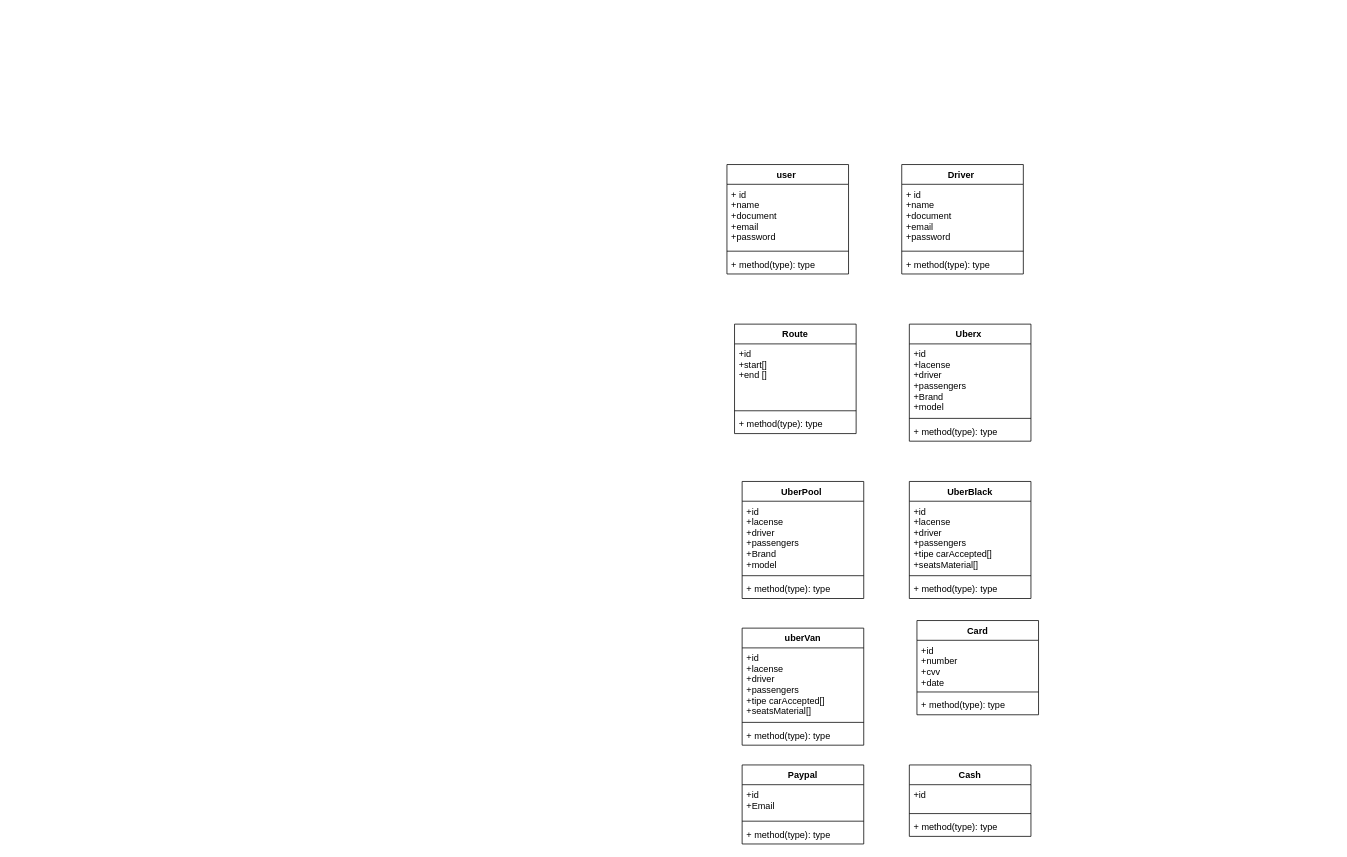
The draw.io diagram uber.drawio in CristianCont/Curso-poo-, before the edit. Source tidied: cells renumbered, new cells numbered last; positions are measured from the earlier drawing's top-left corner, leaving out a move shared by most shapes. Both pictures are drawn from the tidied source at 76%, with x=0, y=0 at pixel (727, 164).
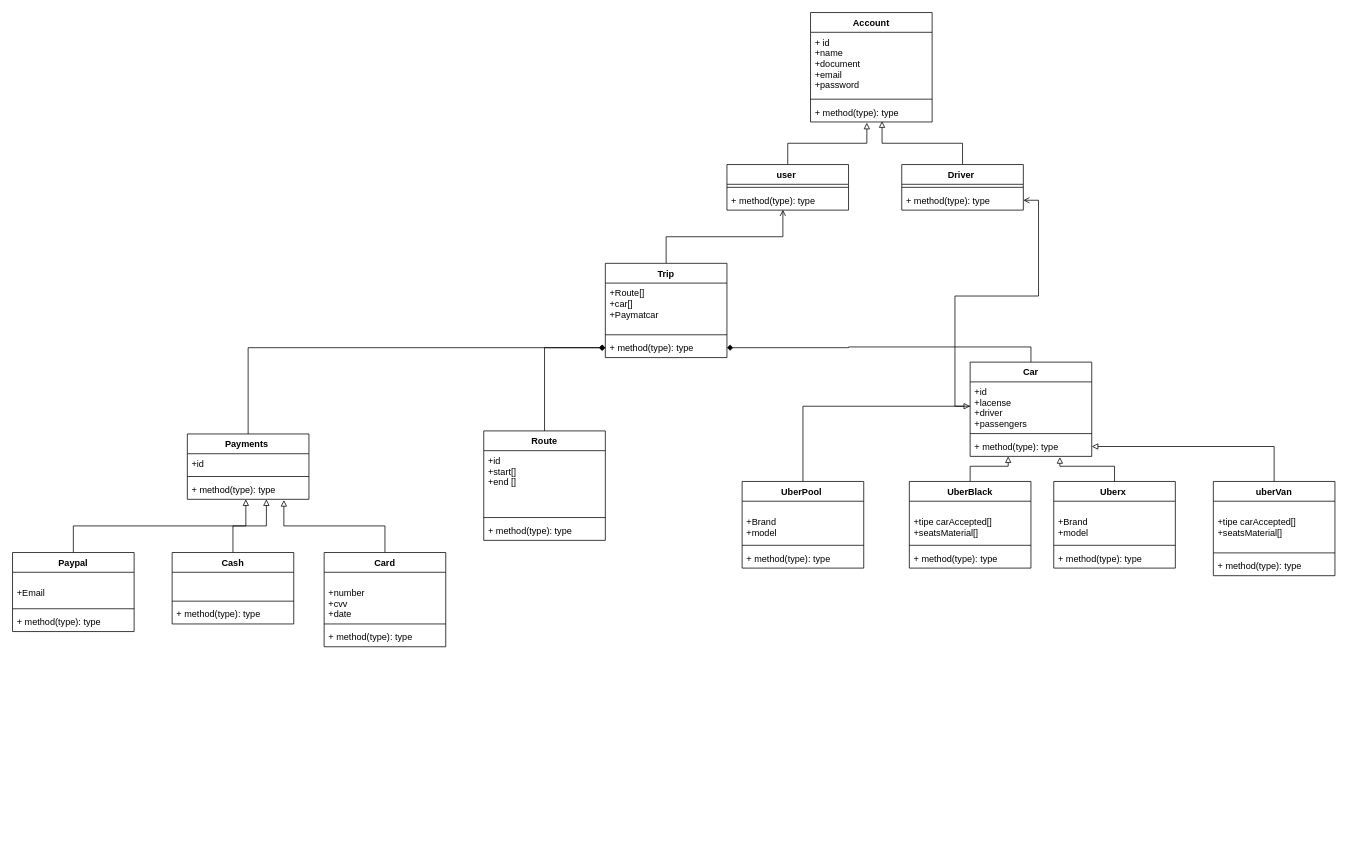
Above is the later version.

Commit message:
Agrega diagrama uml con relacion de herencia

Change to the diagram source:
```diff
@@
+    <mxCell id="42" style="edgeStyle=orthogonalEdgeStyle;rounded=0;jettySize=auto;html=1;exitX=0.5;exitY=0;exitDx=0;exitDy=0;entryX=0.463;entryY=1.038;entryDx=0;entryDy=0;entryPerimeter=0;endArrow=block;endFill=0;" parent="1" edge="1" source="2" target="55">
+      <mxGeometry relative="1" as="geometry" />
+    </mxCell>
     <mxCell id="2" value="user " style="swimlane;fontStyle=1;align=center;verticalAlign=top;horizontal=1;startSize=26;" parent="1" vertex="1">
-      <mxGeometry width="160" height="144" as="geometry" />
+      <mxGeometry width="160" height="60" as="geometry" />
     </mxCell>
-    <mxCell id="3" value="+ id &#10;+name &#10;+document&#10;+email&#10;+password &#10;" style="text;strokeColor=none;fillColor=none;align=left;verticalAlign=top;spacingLeft=4;spacingRight=4;overflow=hidden;" parent="2" vertex="1">
-      <mxGeometry y="26" width="160" height="84" as="geometry" />
-    </mxCell>
     <mxCell id="4" style="line;strokeWidth=1;fillColor=none;align=left;verticalAlign=middle;spacingTop=-1;spacingLeft=3;spacingRight=3;labelPosition=right;" parent="2" vertex="1">
-      <mxGeometry y="110" width="160" height="8" as="geometry" />
+      <mxGeometry y="26" width="160" height="8" as="geometry" />
     </mxCell>
     <mxCell id="5" value="+ method(type): type" style="text;strokeColor=none;fillColor=none;align=left;verticalAlign=top;spacingLeft=4;spacingRight=4;overflow=hidden;points=[[0,0.5],[1,0.5]];portConstraint=eastwest;" parent="2" vertex="1">
-      <mxGeometry y="118" width="160" height="26" as="geometry" />
+      <mxGeometry y="34" width="160" height="26" as="geometry" />
     </mxCell>
+    <mxCell id="43" style="edgeStyle=orthogonalEdgeStyle;rounded=0;jettySize=auto;html=1;entryX=0.588;entryY=0.962;entryDx=0;entryDy=0;entryPerimeter=0;endArrow=block;endFill=0;" parent="1" edge="1" source="6" target="55">
+      <mxGeometry relative="1" as="geometry" />
+    </mxCell>
     <mxCell id="6" value="Driver " style="swimlane;fontStyle=1;align=center;verticalAlign=top;horizontal=1;startSize=26;" parent="1" vertex="1">
-      <mxGeometry x="230" width="160" height="144" as="geometry" />
+      <mxGeometry x="230" width="160" height="60" as="geometry" />
     </mxCell>
-    <mxCell id="7" value="+ id &#10;+name &#10;+document&#10;+email&#10;+password &#10;" style="text;strokeColor=none;fillColor=none;align=left;verticalAlign=top;spacingLeft=4;spacingRight=4;overflow=hidden;" parent="6" vertex="1">
-      <mxGeometry y="26" width="160" height="84" as="geometry" />
-    </mxCell>
     <mxCell id="8" style="line;strokeWidth=1;fillColor=none;align=left;verticalAlign=middle;spacingTop=-1;spacingLeft=3;spacingRight=3;labelPosition=right;" parent="6" vertex="1">
-      <mxGeometry y="110" width="160" height="8" as="geometry" />
+      <mxGeometry y="26" width="160" height="8" as="geometry" />
     </mxCell>
     <mxCell id="9" value="+ method(type): type" style="text;strokeColor=none;fillColor=none;align=left;verticalAlign=top;spacingLeft=4;spacingRight=4;overflow=hidden;points=[[0,0.5],[1,0.5]];portConstraint=eastwest;" parent="6" vertex="1">
-      <mxGeometry y="118" width="160" height="26" as="geometry" />
+      <mxGeometry y="34" width="160" height="26" as="geometry" />
     </mxCell>
+    <mxCell id="44" style="edgeStyle=orthogonalEdgeStyle;rounded=0;jettySize=auto;html=1;endArrow=diamond;endFill=1;" parent="1" edge="1" source="10" target="70">
+      <mxGeometry relative="1" as="geometry" />
+    </mxCell>
     <mxCell id="10" value="Route" style="swimlane;fontStyle=1;align=center;verticalAlign=top;horizontal=1;startSize=26;" parent="1" vertex="1">
-      <mxGeometry x="10" y="210" width="160" height="144" as="geometry" />
+      <mxGeometry x="-320" y="350.5" width="160" height="144" as="geometry" />
     </mxCell>
@@
+    <mxCell id="45" style="edgeStyle=orthogonalEdgeStyle;rounded=0;jettySize=auto;html=1;entryX=0.738;entryY=1.038;entryDx=0;entryDy=0;entryPerimeter=0;endArrow=block;endFill=0;" parent="1" edge="1" source="14" target="65">
+      <mxGeometry relative="1" as="geometry" />
+    </mxCell>
     <mxCell id="14" value="Uberx " style="swimlane;fontStyle=1;align=center;verticalAlign=top;horizontal=1;startSize=26;" parent="1" vertex="1">
-      <mxGeometry x="240" y="210" width="160" height="154" as="geometry" />
+      <mxGeometry x="430" y="417" width="160" height="114" as="geometry" />
     </mxCell>
-    <mxCell id="15" value="+id &#10;+lacense&#10;+driver &#10;+passengers&#10;+Brand&#10;+model" style="text;strokeColor=none;fillColor=none;align=left;verticalAlign=top;spacingLeft=4;spacingRight=4;overflow=hidden;" parent="14" vertex="1">
-      <mxGeometry y="26" width="160" height="94" as="geometry" />
+    <mxCell id="15" value="&#10;+Brand&#10;+model" style="text;strokeColor=none;fillColor=none;align=left;verticalAlign=top;spacingLeft=4;spacingRight=4;overflow=hidden;" parent="14" vertex="1">
+      <mxGeometry y="26" width="160" height="54" as="geometry" />
     </mxCell>
     <mxCell id="16" style="line;strokeWidth=1;fillColor=none;align=left;verticalAlign=middle;spacingTop=-1;spacingLeft=3;spacingRight=3;labelPosition=right;" parent="14" vertex="1">
-      <mxGeometry y="120" width="160" height="8" as="geometry" />
+      <mxGeometry y="80" width="160" height="8" as="geometry" />
     </mxCell>
     <mxCell id="17" value="+ method(type): type" style="text;strokeColor=none;fillColor=none;align=left;verticalAlign=top;spacingLeft=4;spacingRight=4;overflow=hidden;" parent="14" vertex="1">
-      <mxGeometry y="128" width="160" height="26" as="geometry" />
+      <mxGeometry y="88" width="160" height="26" as="geometry" />
     </mxCell>
+    <mxCell id="46" style="edgeStyle=orthogonalEdgeStyle;rounded=0;jettySize=auto;html=1;entryX=0;entryY=0.5;entryDx=0;entryDy=0;endArrow=block;endFill=0;" parent="1" edge="1" source="18" target="63">
+      <mxGeometry relative="1" as="geometry" />
+    </mxCell>
     <mxCell id="18" value="UberPool " style="swimlane;fontStyle=1;align=center;verticalAlign=top;horizontal=1;startSize=26;" parent="1" vertex="1">
-      <mxGeometry x="20" y="417" width="160" height="154" as="geometry" />
+      <mxGeometry x="20" y="417" width="160" height="114" as="geometry" />
     </mxCell>
-    <mxCell id="19" value="+id &#10;+lacense&#10;+driver &#10;+passengers&#10;+Brand&#10;+model" style="text;strokeColor=none;fillColor=none;align=left;verticalAlign=top;spacingLeft=4;spacingRight=4;overflow=hidden;" parent="18" vertex="1">
-      <mxGeometry y="26" width="160" height="94" as="geometry" />
+    <mxCell id="19" value="&#10;+Brand&#10;+model" style="text;strokeColor=none;fillColor=none;align=left;verticalAlign=top;spacingLeft=4;spacingRight=4;overflow=hidden;" parent="18" vertex="1">
+      <mxGeometry y="26" width="160" height="54" as="geometry" />
     </mxCell>
     <mxCell id="20" style="line;strokeWidth=1;fillColor=none;align=left;verticalAlign=middle;spacingTop=-1;spacingLeft=3;spacingRight=3;labelPosition=right;" parent="18" vertex="1">
-      <mxGeometry y="120" width="160" height="8" as="geometry" />
+      <mxGeometry y="80" width="160" height="8" as="geometry" />
     </mxCell>
     <mxCell id="21" value="+ method(type): type" style="text;strokeColor=none;fillColor=none;align=left;verticalAlign=top;spacingLeft=4;spacingRight=4;overflow=hidden;" parent="18" vertex="1">
-      <mxGeometry y="128" width="160" height="26" as="geometry" />
+      <mxGeometry y="88" width="160" height="26" as="geometry" />
     </mxCell>
+    <mxCell id="47" style="edgeStyle=orthogonalEdgeStyle;rounded=0;jettySize=auto;html=1;entryX=0.313;entryY=1;entryDx=0;entryDy=0;entryPerimeter=0;endArrow=block;endFill=0;" parent="1" edge="1" source="22" target="65">
+      <mxGeometry relative="1" as="geometry" />
+    </mxCell>
     <mxCell id="22" value="UberBlack" style="swimlane;fontStyle=1;align=center;verticalAlign=top;horizontal=1;startSize=26;" parent="1" vertex="1">
-      <mxGeometry x="240" y="417" width="160" height="154" as="geometry" />
+      <mxGeometry x="240" y="417" width="160" height="114" as="geometry" />
     </mxCell>
-    <mxCell id="23" value="+id &#10;+lacense&#10;+driver &#10;+passengers&#10;+tipe carAccepted[]&#10;+seatsMaterial[]&#10;" style="text;strokeColor=none;fillColor=none;align=left;verticalAlign=top;spacingLeft=4;spacingRight=4;overflow=hidden;" parent="22" vertex="1">
-      <mxGeometry y="26" width="160" height="94" as="geometry" />
+    <mxCell id="23" value="&#10;+tipe carAccepted[]&#10;+seatsMaterial[]&#10;" style="text;strokeColor=none;fillColor=none;align=left;verticalAlign=top;spacingLeft=4;spacingRight=4;overflow=hidden;" parent="22" vertex="1">
+      <mxGeometry y="26" width="160" height="54" as="geometry" />
     </mxCell>
     <mxCell id="24" style="line;strokeWidth=1;fillColor=none;align=left;verticalAlign=middle;spacingTop=-1;spacingLeft=3;spacingRight=3;labelPosition=right;" parent="22" vertex="1">
-      <mxGeometry y="120" width="160" height="8" as="geometry" />
+      <mxGeometry y="80" width="160" height="8" as="geometry" />
     </mxCell>
     <mxCell id="25" value="+ method(type): type" style="text;strokeColor=none;fillColor=none;align=left;verticalAlign=top;spacingLeft=4;spacingRight=4;overflow=hidden;" parent="22" vertex="1">
-      <mxGeometry y="128" width="160" height="26" as="geometry" />
+      <mxGeometry y="88" width="160" height="26" as="geometry" />
     </mxCell>
+    <mxCell id="48" style="edgeStyle=orthogonalEdgeStyle;rounded=0;jettySize=auto;html=1;entryX=1;entryY=0.5;entryDx=0;entryDy=0;endArrow=block;endFill=0;" parent="1" edge="1" source="26" target="65">
+      <mxGeometry relative="1" as="geometry" />
+    </mxCell>
     <mxCell id="26" value="uberVan" style="swimlane;fontStyle=1;align=center;verticalAlign=top;horizontal=1;startSize=26;" parent="1" vertex="1">
-      <mxGeometry x="20" y="610" width="160" height="154" as="geometry" />
+      <mxGeometry x="640" y="417" width="160" height="124" as="geometry" />
     </mxCell>
-    <mxCell id="27" value="+id&#10;+lacense&#10;+driver&#10;+passengers&#10;+tipe carAccepted[]&#10;+seatsMaterial[]" style="text;strokeColor=none;fillColor=none;align=left;verticalAlign=top;spacingLeft=4;spacingRight=4;overflow=hidden;" parent="26" vertex="1">
-      <mxGeometry y="26" width="160" height="94" as="geometry" />
+    <mxCell id="27" value="&#10;+tipe carAccepted[]&#10;+seatsMaterial[]" style="text;strokeColor=none;fillColor=none;align=left;verticalAlign=top;spacingLeft=4;spacingRight=4;overflow=hidden;" parent="26" vertex="1">
+      <mxGeometry y="26" width="160" height="64" as="geometry" />
     </mxCell>
     <mxCell id="28" style="line;strokeWidth=1;fillColor=none;align=left;verticalAlign=middle;spacingTop=-1;spacingLeft=3;spacingRight=3;labelPosition=right;" parent="26" vertex="1">
-      <mxGeometry y="120" width="160" height="8" as="geometry" />
+      <mxGeometry y="90" width="160" height="8" as="geometry" />
     </mxCell>
     <mxCell id="29" value="+ method(type): type" style="text;strokeColor=none;fillColor=none;align=left;verticalAlign=top;spacingLeft=4;spacingRight=4;overflow=hidden;" parent="26" vertex="1">
-      <mxGeometry y="128" width="160" height="26" as="geometry" />
+      <mxGeometry y="98" width="160" height="26" as="geometry" />
     </mxCell>
+    <mxCell id="49" style="edgeStyle=orthogonalEdgeStyle;rounded=0;jettySize=auto;html=1;entryX=0.794;entryY=1.038;entryDx=0;entryDy=0;entryPerimeter=0;endArrow=block;endFill=0;" parent="1" edge="1" source="30" target="60">
+      <mxGeometry relative="1" as="geometry" />
+    </mxCell>
     <mxCell id="30" value="Card" style="swimlane;fontStyle=1;align=center;verticalAlign=top;horizontal=1;startSize=26;" parent="1" vertex="1">
-      <mxGeometry x="250" y="600" width="160" height="124" as="geometry" />
+      <mxGeometry x="-530" y="510.5" width="160" height="124" as="geometry" />
     </mxCell>
-    <mxCell id="31" value="+id&#10;+number &#10;+cvv&#10;+date" style="text;strokeColor=none;fillColor=none;align=left;verticalAlign=top;spacingLeft=4;spacingRight=4;overflow=hidden;" parent="30" vertex="1">
+    <mxCell id="31" value="&#10;+number &#10;+cvv&#10;+date" style="text;strokeColor=none;fillColor=none;align=left;verticalAlign=top;spacingLeft=4;spacingRight=4;overflow=hidden;" parent="30" vertex="1">
       <mxGeometry y="26" width="160" height="64" as="geometry" />
     </mxCell>
@@
+    <mxCell id="50" style="edgeStyle=orthogonalEdgeStyle;rounded=0;jettySize=auto;html=1;exitX=0.5;exitY=0;exitDx=0;exitDy=0;entryX=0.481;entryY=1;entryDx=0;entryDy=0;entryPerimeter=0;endArrow=block;endFill=0;" parent="1" edge="1" source="34" target="60">
+      <mxGeometry relative="1" as="geometry" />
+    </mxCell>
     <mxCell id="34" value="Paypal" style="swimlane;fontStyle=1;align=center;verticalAlign=top;horizontal=1;startSize=26;" parent="1" vertex="1">
-      <mxGeometry x="20" y="790" width="160" height="104" as="geometry" />
+      <mxGeometry x="-940" y="510.5" width="160" height="104" as="geometry" />
     </mxCell>
-    <mxCell id="35" value="+id&#10;+Email&#10;" style="text;strokeColor=none;fillColor=none;align=left;verticalAlign=top;spacingLeft=4;spacingRight=4;overflow=hidden;" parent="34" vertex="1">
+    <mxCell id="35" value="&#10;+Email&#10;" style="text;strokeColor=none;fillColor=none;align=left;verticalAlign=top;spacingLeft=4;spacingRight=4;overflow=hidden;" parent="34" vertex="1">
       <mxGeometry y="26" width="160" height="44" as="geometry" />
     </mxCell>
@@
+    <mxCell id="51" style="edgeStyle=orthogonalEdgeStyle;rounded=0;jettySize=auto;html=1;entryX=0.65;entryY=1;entryDx=0;entryDy=0;entryPerimeter=0;endArrow=block;endFill=0;" parent="1" edge="1" source="38" target="60">
+      <mxGeometry relative="1" as="geometry" />
+    </mxCell>
     <mxCell id="38" value="Cash" style="swimlane;fontStyle=1;align=center;verticalAlign=top;horizontal=1;startSize=26;" parent="1" vertex="1">
-      <mxGeometry x="240" y="790" width="160" height="94" as="geometry" />
+      <mxGeometry x="-730" y="510.5" width="160" height="94" as="geometry" />
     </mxCell>
-    <mxCell id="39" value="+id&#10;&#10;" style="text;strokeColor=none;fillColor=none;align=left;verticalAlign=top;spacingLeft=4;spacingRight=4;overflow=hidden;" parent="38" vertex="1">
+    <mxCell id="39" value="&#10;" style="text;strokeColor=none;fillColor=none;align=left;verticalAlign=top;spacingLeft=4;spacingRight=4;overflow=hidden;" parent="38" vertex="1">
       <mxGeometry y="26" width="160" height="34" as="geometry" />
     </mxCell>
@@
+    <mxCell id="52" value="Account" style="swimlane;fontStyle=1;align=center;verticalAlign=top;horizontal=1;startSize=26;" parent="1" vertex="1">
+      <mxGeometry x="110" y="-200" width="160" height="144" as="geometry" />
+    </mxCell>
+    <mxCell id="53" value="+ id&#10;+name&#10;+document&#10;+email&#10;+password &#10;" style="text;strokeColor=none;fillColor=none;align=left;verticalAlign=top;spacingLeft=4;spacingRight=4;overflow=hidden;" parent="52" vertex="1">
+      <mxGeometry y="26" width="160" height="84" as="geometry" />
+    </mxCell>
+    <mxCell id="54" style="line;strokeWidth=1;fillColor=none;align=left;verticalAlign=middle;spacingTop=-1;spacingLeft=3;spacingRight=3;labelPosition=right;" parent="52" vertex="1">
+      <mxGeometry y="110" width="160" height="8" as="geometry" />
+    </mxCell>
+    <mxCell id="55" value="+ method(type): type" style="text;strokeColor=none;fillColor=none;align=left;verticalAlign=top;spacingLeft=4;spacingRight=4;overflow=hidden;points=[[0,0.5],[1,0.5]];portConstraint=eastwest;" parent="52" vertex="1">
+      <mxGeometry y="118" width="160" height="26" as="geometry" />
+    </mxCell>
+    <mxCell id="56" style="edgeStyle=orthogonalEdgeStyle;rounded=0;jettySize=auto;html=1;endArrow=diamond;endFill=1;" parent="1" edge="1" source="57" target="70">
+      <mxGeometry relative="1" as="geometry" />
+    </mxCell>
+    <mxCell id="57" value="Payments " style="swimlane;fontStyle=1;align=center;verticalAlign=top;horizontal=1;startSize=26;" parent="1" vertex="1">
+      <mxGeometry x="-710" y="354.5" width="160" height="86" as="geometry" />
+    </mxCell>
+    <mxCell id="58" value="+id " style="text;strokeColor=none;fillColor=none;align=left;verticalAlign=top;spacingLeft=4;spacingRight=4;overflow=hidden;" parent="57" vertex="1">
+      <mxGeometry y="26" width="160" height="26" as="geometry" />
+    </mxCell>
+    <mxCell id="59" style="line;strokeWidth=1;fillColor=none;align=left;verticalAlign=middle;spacingTop=-1;spacingLeft=3;spacingRight=3;labelPosition=right;" parent="57" vertex="1">
+      <mxGeometry y="52" width="160" height="8" as="geometry" />
+    </mxCell>
+    <mxCell id="60" value="+ method(type): type" style="text;strokeColor=none;fillColor=none;align=left;verticalAlign=top;spacingLeft=4;spacingRight=4;overflow=hidden;points=[[0,0.5],[1,0.5]];portConstraint=eastwest;" parent="57" vertex="1">
+      <mxGeometry y="60" width="160" height="26" as="geometry" />
+    </mxCell>
+    <mxCell id="61" style="edgeStyle=orthogonalEdgeStyle;rounded=0;jettySize=auto;html=1;entryX=1;entryY=0.5;entryDx=0;entryDy=0;endArrow=diamond;endFill=1;" parent="1" edge="1" source="62" target="70">
+      <mxGeometry relative="1" as="geometry" />
+    </mxCell>
+    <mxCell id="62" value="Car" style="swimlane;fontStyle=1;align=center;verticalAlign=top;horizontal=1;startSize=26;" parent="1" vertex="1">
+      <mxGeometry x="320" y="260" width="160" height="124" as="geometry" />
+    </mxCell>
+    <mxCell id="63" value="+id&#10;+lacense&#10;+driver&#10;+passengers" style="text;strokeColor=none;fillColor=none;align=left;verticalAlign=top;spacingLeft=4;spacingRight=4;overflow=hidden;points=[[0,0.5],[1,0.5]];portConstraint=eastwest;" parent="62" vertex="1">
+      <mxGeometry y="26" width="160" height="64" as="geometry" />
+    </mxCell>
+    <mxCell id="64" style="line;strokeWidth=1;fillColor=none;align=left;verticalAlign=middle;spacingTop=-1;spacingLeft=3;spacingRight=3;labelPosition=right;" parent="62" vertex="1">
+      <mxGeometry y="90" width="160" height="8" as="geometry" />
+    </mxCell>
+    <mxCell id="65" value="+ method(type): type" style="text;strokeColor=none;fillColor=none;align=left;verticalAlign=top;spacingLeft=4;spacingRight=4;overflow=hidden;points=[[0,0.5],[1,0.5]];portConstraint=eastwest;" parent="62" vertex="1">
+      <mxGeometry y="98" width="160" height="26" as="geometry" />
+    </mxCell>
+    <mxCell id="66" style="edgeStyle=orthogonalEdgeStyle;rounded=0;jettySize=auto;html=1;entryX=0.46;entryY=0.982;entryDx=0;entryDy=0;entryPerimeter=0;endArrow=open;endFill=0;" parent="1" edge="1" source="67" target="5">
+      <mxGeometry relative="1" as="geometry" />
+    </mxCell>
+    <mxCell id="67" value="Trip" style="swimlane;fontStyle=1;align=center;verticalAlign=top;horizontal=1;startSize=26;" parent="1" vertex="1">
+      <mxGeometry x="-160" y="130" width="160" height="124" as="geometry" />
+    </mxCell>
+    <mxCell id="68" value="+Route[]&#10;+car[]&#10;+Paymatcar" style="text;strokeColor=none;fillColor=none;align=left;verticalAlign=top;spacingLeft=4;spacingRight=4;overflow=hidden;" parent="67" vertex="1">
+      <mxGeometry y="26" width="160" height="64" as="geometry" />
+    </mxCell>
+    <mxCell id="69" style="line;strokeWidth=1;fillColor=none;align=left;verticalAlign=middle;spacingTop=-1;spacingLeft=3;spacingRight=3;labelPosition=right;" parent="67" vertex="1">
+      <mxGeometry y="90" width="160" height="8" as="geometry" />
+    </mxCell>
+    <mxCell id="70" value="+ method(type): type" style="text;strokeColor=none;fillColor=none;align=left;verticalAlign=top;spacingLeft=4;spacingRight=4;overflow=hidden;points=[[0,0.5],[1,0.5]];portConstraint=eastwest;" parent="67" vertex="1">
+      <mxGeometry y="98" width="160" height="26" as="geometry" />
+    </mxCell>
+    <mxCell id="71" style="edgeStyle=orthogonalEdgeStyle;rounded=0;jettySize=auto;html=1;entryX=1;entryY=0.5;entryDx=0;entryDy=0;endArrow=open;endFill=0;" parent="1" edge="1" source="63" target="9">
+      <mxGeometry relative="1" as="geometry" />
+    </mxCell>
```
